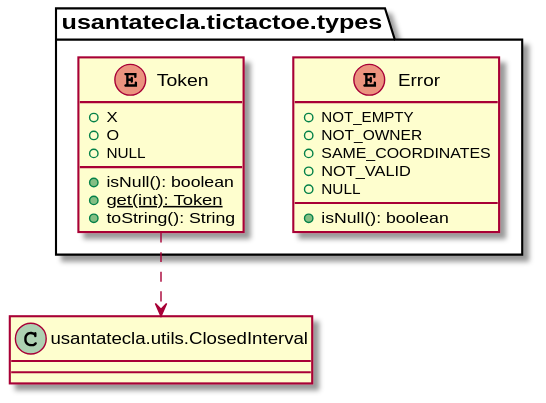
Earlier version of the PlantUML export modelViewPresenter/presentationModel/withComposite/docs/diagrams/out/paquetes/paqueteTypes.svg (Jolucaa/USantaTecla-project-ticTacToe).
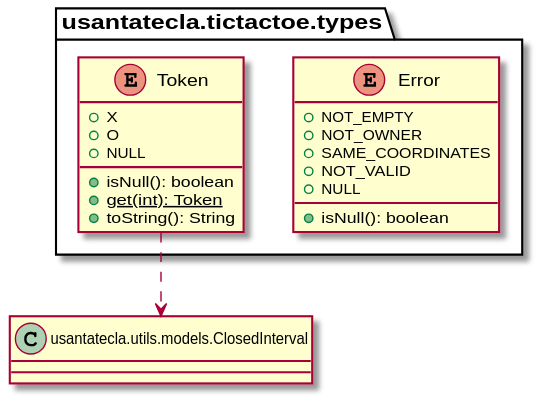
After the commit.

The edit, as a diff of the source:
```diff
@@ -1,5 +1,5 @@
 @startuml
-class ClosedInterval as "usantatecla.utils.ClosedInterval"
+class ClosedInterval as "usantatecla.utils.models.ClosedInterval"
 
 enum usantatecla.tictactoe.types.Error{
   + NOT_EMPTY
```
